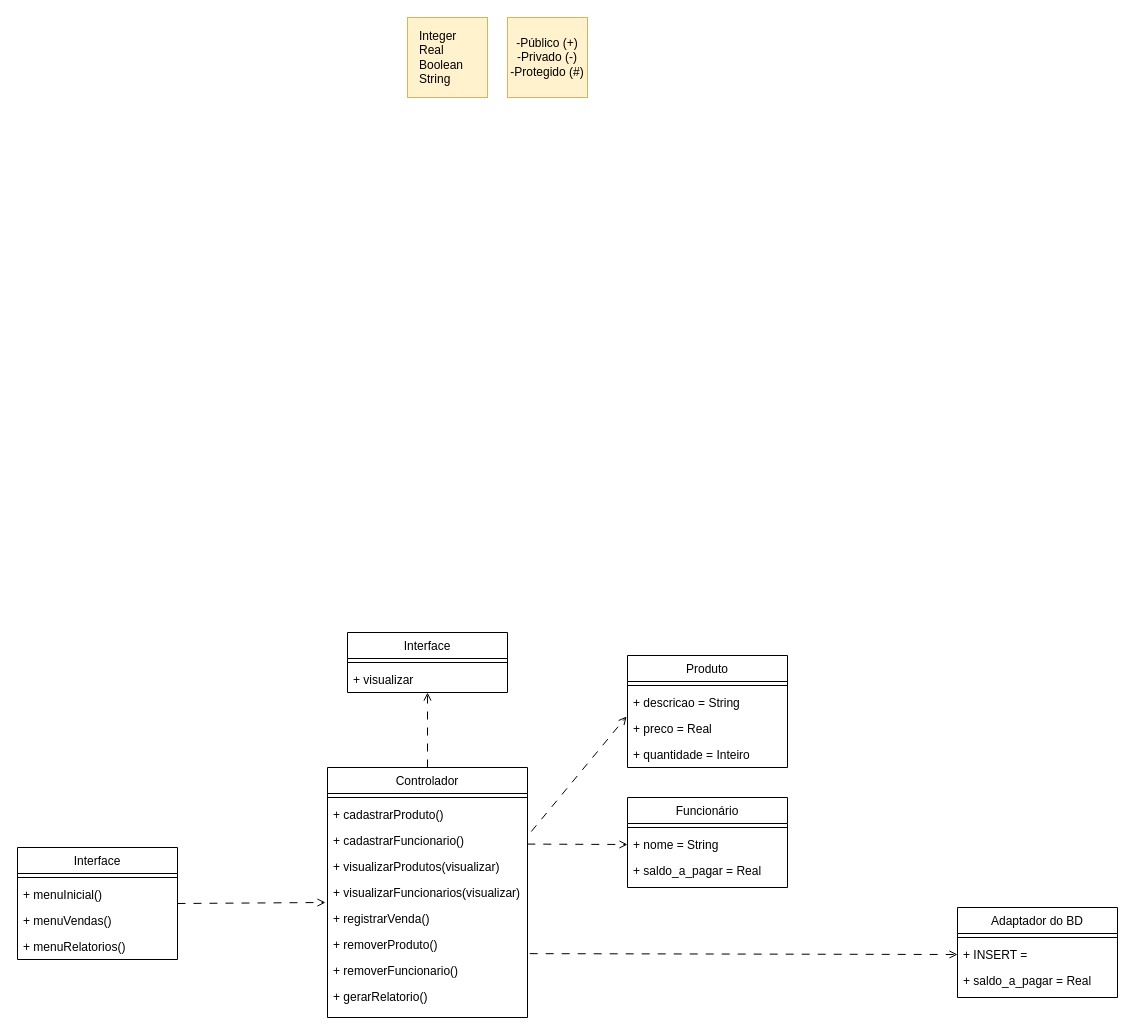
Above: projeto com mvc.drawio in Pedrocs50/Projeto-Cantina (draw.io), before the change. Source tidied: cells renumbered, new cells numbered last; positions are measured from the earlier drawing's top-left corner, leaving out a move shared by most shapes. Both pictures are drawn from the tidied source at 100%, with x=0, y=0 at pixel (17, 17).
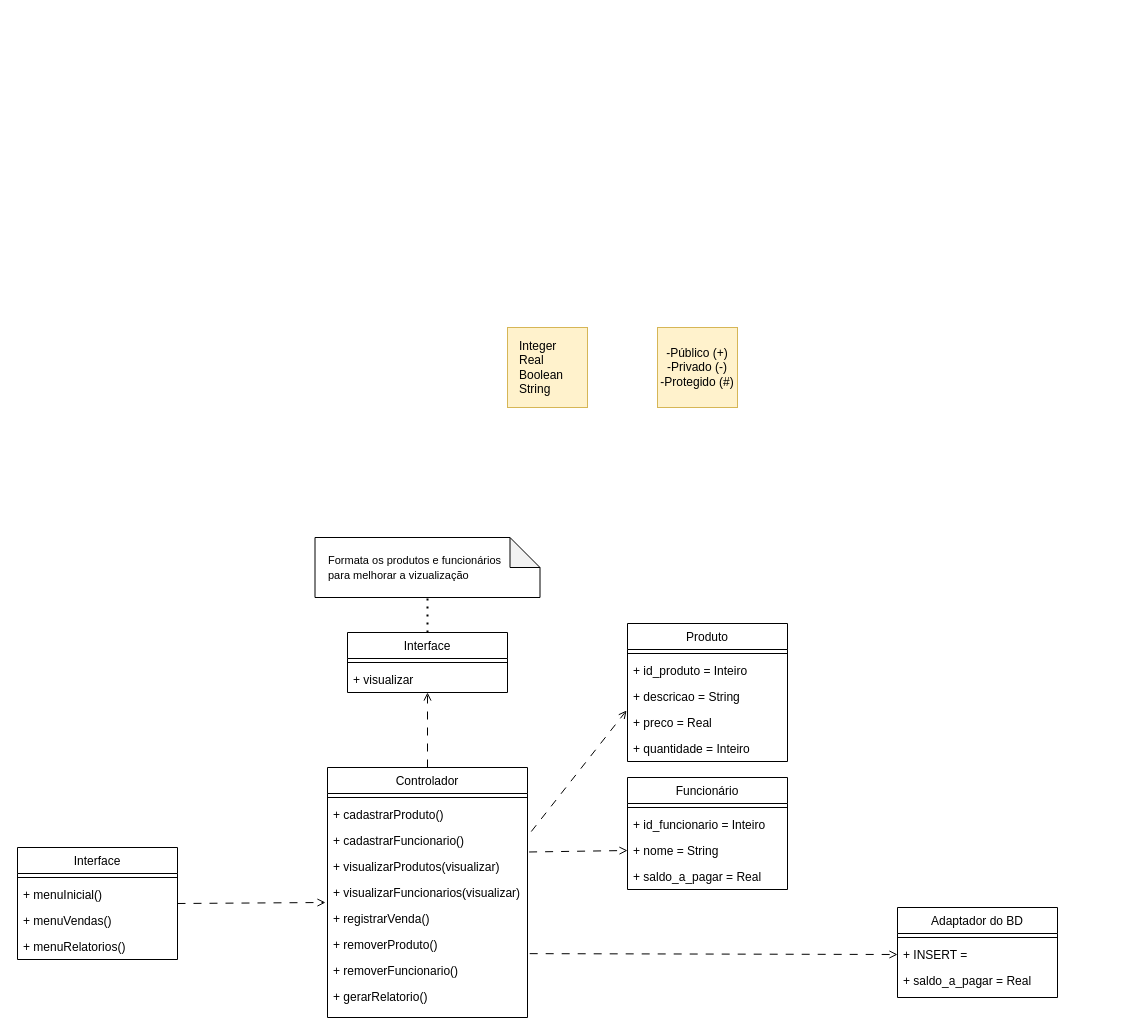
Above is the later version.

The change refers to these unchanged cells:
```xml
<mxCell id="6" value="+ cadastrarFuncionario()" style="text;align=left;verticalAlign=top;spacingLeft=4;spacingRight=4;overflow=hidden;points=[[0,0.5],[1,0.5]];portConstraint=eastwest;" parent="3" vertex="1">
  <mxGeometry y="60" width="200" height="26" as="geometry" />
</mxCell>
<mxCell id="7" value="+ visualizarProdutos(visualizar)" style="text;align=left;verticalAlign=top;spacingLeft=4;spacingRight=4;overflow=hidden;points=[[0,0.5],[1,0.5]];portConstraint=eastwest;" parent="3" vertex="1">
  <mxGeometry y="86" width="200" height="26" as="geometry" />
</mxCell>
<mxCell id="38" value="Interface" style="swimlane;fontStyle=0;align=center;verticalAlign=top;horizontal=1;startSize=26;rounded=0;shadow=0;strokeWidth=1;" parent="1" vertex="1">
  <mxGeometry x="330" y="615" width="160" height="60" as="geometry" />
</mxCell>
```

Change to the diagram source:
```diff
@@
     <mxCell id="2" style="whiteSpace=wrap;html=1;fillColor=#fff2cc;strokeColor=#d6b656;" parent="1" vertex="1">
-      <mxGeometry x="490" width="80" height="80" as="geometry" />
+      <mxGeometry x="640" y="310" width="80" height="80" as="geometry" />
     </mxCell>
@@
     <mxCell id="13" value="Produto" style="swimlane;fontStyle=0;align=center;verticalAlign=top;horizontal=1;startSize=26;rounded=0;shadow=0;strokeWidth=1;" parent="1" vertex="1">
-      <mxGeometry x="610" y="638" width="160" height="112" as="geometry" />
+      <mxGeometry x="610" y="606" width="160" height="138" as="geometry" />
     </mxCell>
@@
+    <mxCell id="42" value="+ id_produto = Inteiro" style="text;align=left;verticalAlign=top;spacingLeft=4;spacingRight=4;overflow=hidden;" parent="13" vertex="1">
+      <mxGeometry y="34" width="160" height="26" as="geometry" />
+    </mxCell>
     <mxCell id="15" value="+ descricao = String" style="text;align=left;verticalAlign=top;spacingLeft=4;spacingRight=4;overflow=hidden;" parent="13" vertex="1">
-      <mxGeometry y="34" width="160" height="26" as="geometry" />
+      <mxGeometry y="60" width="160" height="26" as="geometry" />
     </mxCell>
     <mxCell id="16" value="+ preco = Real" style="text;align=left;verticalAlign=top;spacingLeft=4;spacingRight=4;overflow=hidden;points=[[0,0.5],[1,0.5]];portConstraint=eastwest;" parent="13" vertex="1">
-      <mxGeometry y="60" width="160" height="26" as="geometry" />
+      <mxGeometry y="86" width="160" height="26" as="geometry" />
     </mxCell>
     <mxCell id="17" value="+ quantidade = Inteiro" style="text;align=left;verticalAlign=top;spacingLeft=4;spacingRight=4;overflow=hidden;" parent="13" vertex="1">
-      <mxGeometry y="86" width="160" height="26" as="geometry" />
+      <mxGeometry y="112" width="160" height="26" as="geometry" />
     </mxCell>
     <mxCell id="18" value="-Público (+)&lt;br&gt;-Privado (-)&lt;br&gt;-Protegido (#)" style="text;html=1;align=center;verticalAlign=middle;whiteSpace=wrap;rounded=0;" parent="1" vertex="1">
-      <mxGeometry x="490" width="80" height="80" as="geometry" />
+      <mxGeometry x="640" y="310" width="80" height="80" as="geometry" />
     </mxCell>
     <mxCell id="19" style="whiteSpace=wrap;html=1;fillColor=#fff2cc;strokeColor=#d6b656;" parent="1" vertex="1">
-      <mxGeometry x="390" width="80" height="80" as="geometry" />
+      <mxGeometry x="490" y="310" width="80" height="80" as="geometry" />
     </mxCell>
     <mxCell id="20" value="Integer&lt;div&gt;Real&lt;/div&gt;&lt;div&gt;Boolean&lt;/div&gt;&lt;div&gt;String&lt;/div&gt;" style="text;html=1;align=left;verticalAlign=middle;whiteSpace=wrap;rounded=0;" parent="1" vertex="1">
-      <mxGeometry x="400" y="10" width="60" height="60" as="geometry" />
+      <mxGeometry x="500" y="320" width="60" height="60" as="geometry" />
     </mxCell>
     <mxCell id="21" value="Funcionário" style="swimlane;fontStyle=0;align=center;verticalAlign=top;horizontal=1;startSize=26;rounded=0;shadow=0;strokeWidth=1;" parent="1" vertex="1">
-      <mxGeometry x="610" y="780" width="160" height="90" as="geometry" />
+      <mxGeometry x="610" y="760" width="160" height="112" as="geometry" />
     </mxCell>
@@
+    <mxCell id="43" value="+ id_funcionario = Inteiro" style="text;align=left;verticalAlign=top;spacingLeft=4;spacingRight=4;overflow=hidden;" parent="21" vertex="1">
+      <mxGeometry y="34" width="160" height="26" as="geometry" />
+    </mxCell>
     <mxCell id="23" value="+ nome = String" style="text;align=left;verticalAlign=top;spacingLeft=4;spacingRight=4;overflow=hidden;points=[[0,0.5],[1,0.5]];portConstraint=eastwest;" parent="21" vertex="1">
-      <mxGeometry y="34" width="160" height="26" as="geometry" />
+      <mxGeometry y="60" width="160" height="26" as="geometry" />
     </mxCell>
     <mxCell id="24" value="+ saldo_a_pagar = Real" style="text;align=left;verticalAlign=top;spacingLeft=4;spacingRight=4;overflow=hidden;" parent="21" vertex="1">
-      <mxGeometry y="60" width="160" height="26" as="geometry" />
+      <mxGeometry y="86" width="160" height="26" as="geometry" />
     </mxCell>
@@
-    <mxCell id="32" style="endArrow=open;html=1;rounded=0;dashed=1;endFill=0;dashPattern=8 8;exitX=0.999;exitY=0.638;exitDx=0;exitDy=0;entryX=0;entryY=0.5;entryDx=0;entryDy=0;exitPerimeter=0;" parent="1" edge="1" source="6" target="23">
+    <mxCell id="32" style="endArrow=open;html=1;rounded=0;dashed=1;endFill=0;dashPattern=8 8;entryX=0;entryY=0.5;entryDx=0;entryDy=0;exitX=1.008;exitY=-0.058;exitDx=0;exitDy=0;exitPerimeter=0;" parent="1" edge="1" source="7" target="23">
       <mxGeometry relative="1" as="geometry" />
     </mxCell>
@@
     <mxCell id="34" value="Adaptador do BD" style="swimlane;fontStyle=0;align=center;verticalAlign=top;horizontal=1;startSize=26;rounded=0;shadow=0;strokeWidth=1;" parent="1" vertex="1">
-      <mxGeometry x="940" y="890" width="160" height="90" as="geometry" />
+      <mxGeometry x="880" y="890" width="160" height="90" as="geometry" />
     </mxCell>
@@
+    <mxCell id="44" style="shape=note;whiteSpace=wrap;html=1;backgroundOutline=1;darkOpacity=0.05;" parent="1" vertex="1">
+      <mxGeometry x="297.5" y="520" width="225" height="60" as="geometry" />
+    </mxCell>
+    <mxCell id="45" style="endArrow=none;dashed=1;html=1;dashPattern=1 3;strokeWidth=2;rounded=0;exitX=0.5;exitY=0;exitDx=0;exitDy=0;entryX=0.5;entryY=1;entryDx=0;entryDy=0;entryPerimeter=0;" parent="1" edge="1" source="38" target="44">
+      <mxGeometry relative="1" as="geometry" />
+    </mxCell>
+    <mxCell id="46" value="&lt;font style=&quot;font-size: 11px;&quot;&gt;Formata os produtos e funcionários para melhorar a vizualização&lt;/font&gt;" style="text;html=1;align=left;verticalAlign=middle;whiteSpace=wrap;rounded=0;" parent="1" vertex="1">
+      <mxGeometry x="309" y="520" width="180" height="60" as="geometry" />
+    </mxCell>
```
